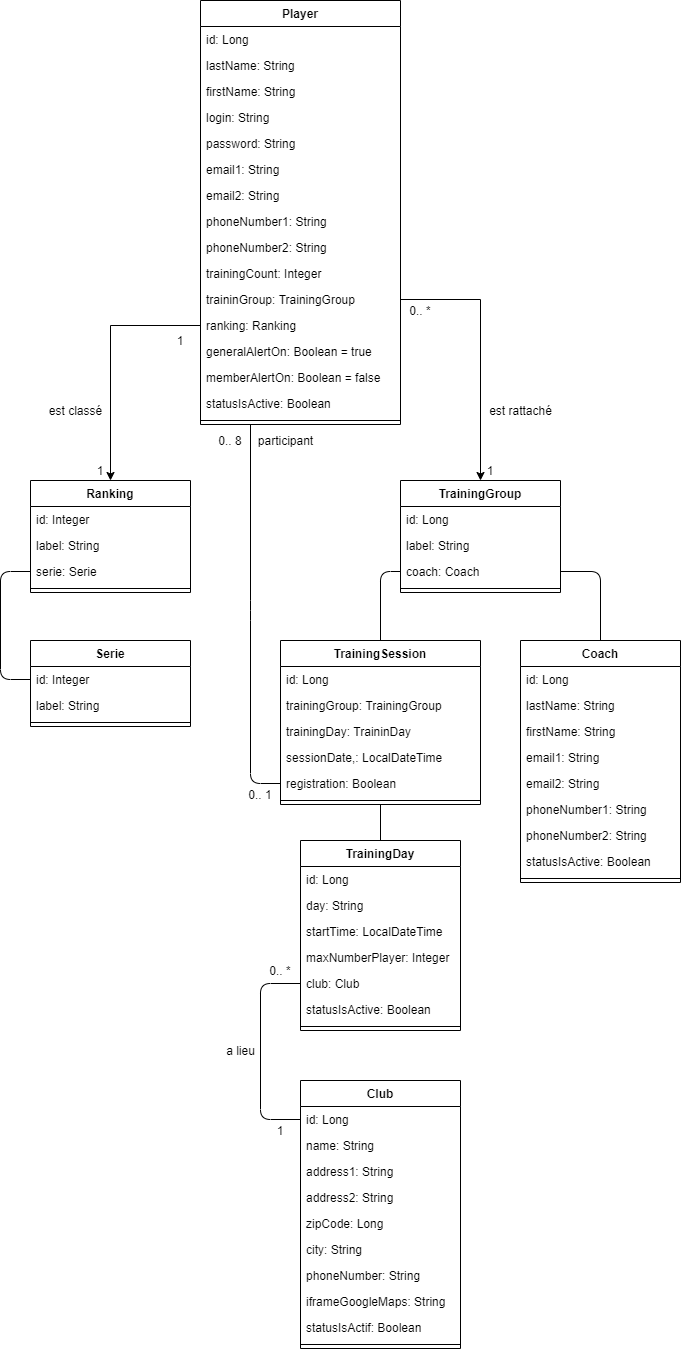
This is ASC Tennis.png from Sayavong75/asc-tennis, a draw.io export, as it was before one commit. Source tidied: cells renumbered, new cells last; positions are measured from the earlier drawing's top-left corner, leaving out a move shared by most shapes.
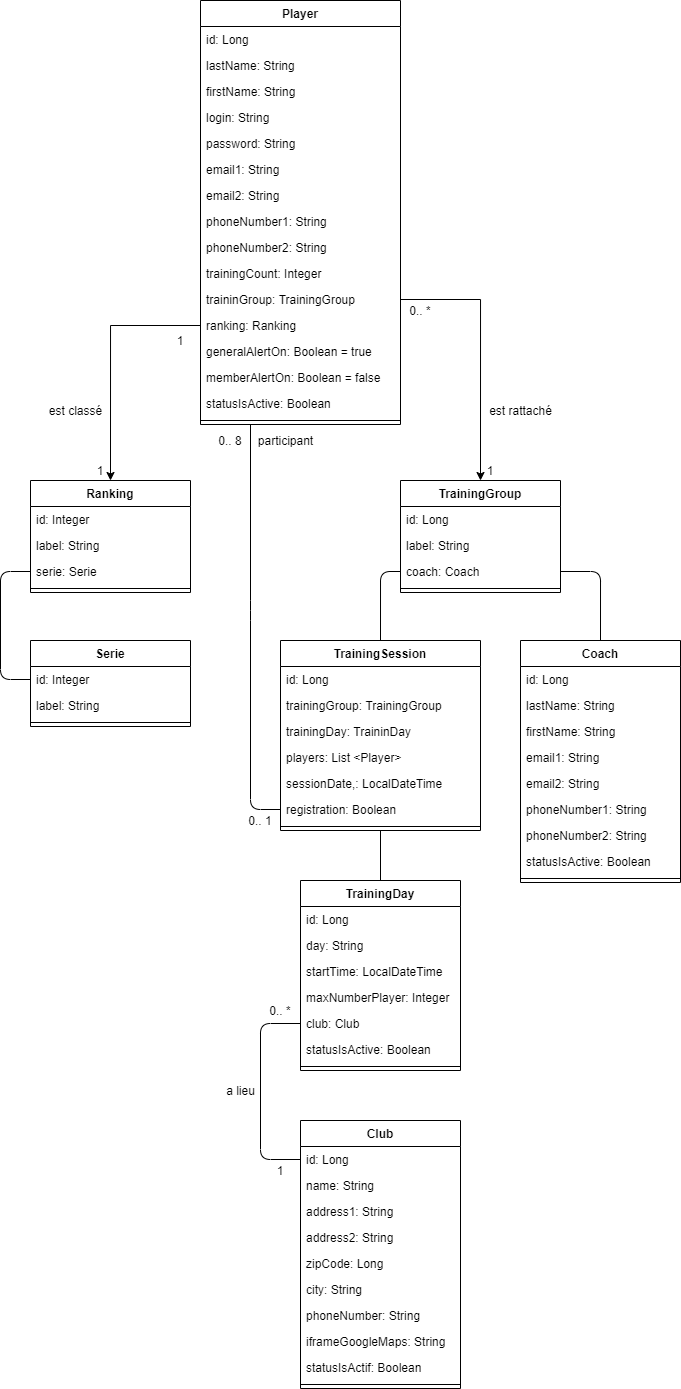
Above is the later version.

Change to the diagram source:
```diff
@@ -133,8 +133,8 @@
     <mxCell id="43" style="endArrow=none;html=1;entryX=0;entryY=0.5;entryDx=0;entryDy=0;exitX=0;exitY=0.5;exitDx=0;exitDy=0;" parent="1" edge="1" source="77" target="68">
       <mxGeometry relative="1" as="geometry">
         <Array as="points">
-          <mxPoint x="260" y="1119" />
-          <mxPoint x="260" y="983" />
+          <mxPoint x="260" y="1159" />
+          <mxPoint x="260" y="1023" />
         </Array>
       </mxGeometry>
     </mxCell>
@@ -169,7 +169,7 @@
       <mxGeometry y="234" width="160" height="8" as="geometry" />
     </mxCell>
     <mxCell id="54" value="TrainingSession" style="swimlane;fontStyle=1;align=center;verticalAlign=top;horizontal=1;startSize=26;" parent="1" vertex="1">
-      <mxGeometry x="280" y="640" width="200" height="164" as="geometry" />
+      <mxGeometry x="280" y="640" width="200" height="190" as="geometry" />
     </mxCell>
     <mxCell id="55" value="id: Long" style="text;strokeColor=none;fillColor=none;align=left;verticalAlign=top;spacingLeft=4;spacingRight=4;overflow=hidden;" parent="54" vertex="1">
       <mxGeometry y="26" width="200" height="26" as="geometry" />
@@ -180,19 +180,22 @@
     <mxCell id="57" value="trainingDay: TraininDay" style="text;strokeColor=none;fillColor=none;align=left;verticalAlign=top;spacingLeft=4;spacingRight=4;overflow=hidden;" parent="54" vertex="1">
       <mxGeometry y="78" width="200" height="26" as="geometry" />
     </mxCell>
+    <mxCell id="89" value="players: List &lt;Player&gt;" style="text;strokeColor=none;fillColor=none;align=left;verticalAlign=top;spacingLeft=4;spacingRight=4;overflow=hidden;" parent="54" vertex="1">
+      <mxGeometry y="104" width="200" height="26" as="geometry" />
+    </mxCell>
     <mxCell id="58" value="sessionDate,: LocalDateTime" style="text;strokeColor=none;fillColor=none;align=left;verticalAlign=top;spacingLeft=4;spacingRight=4;overflow=hidden;" parent="54" vertex="1">
-      <mxGeometry y="104" width="200" height="26" as="geometry" />
+      <mxGeometry y="130" width="200" height="26" as="geometry" />
     </mxCell>
     <mxCell id="59" value="registration: Boolean" style="text;strokeColor=none;fillColor=none;align=left;verticalAlign=top;spacingLeft=4;spacingRight=4;overflow=hidden;points=[[0,0.5],[1,0.5]];portConstraint=eastwest;" parent="54" vertex="1">
-      <mxGeometry y="130" width="200" height="26" as="geometry" />
+      <mxGeometry y="156" width="200" height="26" as="geometry" />
     </mxCell>
     <mxCell id="60" style="line;strokeWidth=1;fillColor=none;align=left;verticalAlign=middle;spacingTop=-1;spacingLeft=3;spacingRight=3;labelPosition=right;points=[];portConstraint=eastwest;" parent="54" vertex="1">
-      <mxGeometry y="156" width="200" height="8" as="geometry" />
+      <mxGeometry y="182" width="200" height="8" as="geometry" />
     </mxCell>
     <mxCell id="61" style="endArrow=none;html=1;entryX=0.25;entryY=1;entryDx=0;entryDy=0;exitX=0;exitY=0.5;exitDx=0;exitDy=0;" parent="1" edge="1" source="59" target="4">
       <mxGeometry relative="1" as="geometry">
         <Array as="points">
-          <mxPoint x="250" y="783" />
+          <mxPoint x="250" y="809" />
           <mxPoint x="250" y="610" />
         </Array>
       </mxGeometry>
@@ -201,7 +204,7 @@
       <mxGeometry x="250" y="430" width="70" height="20" as="geometry" />
     </mxCell>
     <mxCell id="63" value="TrainingDay" style="swimlane;fontStyle=1;align=center;verticalAlign=top;horizontal=1;startSize=26;" parent="1" vertex="1">
-      <mxGeometry x="300" y="840" width="160" height="190" as="geometry" />
+      <mxGeometry x="300" y="880" width="160" height="190" as="geometry" />
     </mxCell>
     <mxCell id="64" value="id: Long" style="text;strokeColor=none;fillColor=none;align=left;verticalAlign=top;spacingLeft=4;spacingRight=4;overflow=hidden;" parent="63" vertex="1">
       <mxGeometry y="26" width="160" height="26" as="geometry" />
@@ -228,19 +231,19 @@
       <mxGeometry x="210" y="430" width="40" height="20" as="geometry" />
     </mxCell>
     <mxCell id="72" value="0.. 1" style="text;html=1;strokeColor=none;fillColor=none;align=center;verticalAlign=middle;whiteSpace=wrap;rounded=0;" parent="1" vertex="1">
-      <mxGeometry x="240" y="784" width="40" height="20" as="geometry" />
+      <mxGeometry x="240" y="810" width="40" height="20" as="geometry" />
     </mxCell>
     <mxCell id="73" value="1" style="text;html=1;strokeColor=none;fillColor=none;align=center;verticalAlign=middle;whiteSpace=wrap;rounded=0;" parent="1" vertex="1">
-      <mxGeometry x="260" y="1120" width="40" height="20" as="geometry" />
+      <mxGeometry x="260" y="1160" width="40" height="20" as="geometry" />
     </mxCell>
     <mxCell id="74" value="0.. *" style="text;html=1;strokeColor=none;fillColor=none;align=center;verticalAlign=middle;whiteSpace=wrap;rounded=0;" parent="1" vertex="1">
-      <mxGeometry x="260" y="960" width="40" height="20" as="geometry" />
+      <mxGeometry x="260" y="1000" width="40" height="20" as="geometry" />
     </mxCell>
     <mxCell id="75" value="a lieu" style="text;html=1;align=center;verticalAlign=middle;fillColor=none;strokeColor=none;rounded=0;" parent="1" vertex="1">
-      <mxGeometry x="220" y="1040" width="40" height="20" as="geometry" />
+      <mxGeometry x="220" y="1080" width="40" height="20" as="geometry" />
     </mxCell>
     <mxCell id="76" value="Club" style="swimlane;fontStyle=1;align=center;verticalAlign=top;horizontal=1;startSize=26;" parent="1" vertex="1">
-      <mxGeometry x="300" y="1080" width="160" height="268" as="geometry" />
+      <mxGeometry x="300" y="1120" width="160" height="268" as="geometry" />
     </mxCell>
     <mxCell id="77" value="id: Long" style="text;strokeColor=none;fillColor=none;align=left;verticalAlign=top;spacingLeft=4;spacingRight=4;overflow=hidden;points=[[0,0.5],[1,0.5]];portConstraint=eastwest;" parent="76" vertex="1">
       <mxGeometry y="26" width="160" height="26" as="geometry" />
```
